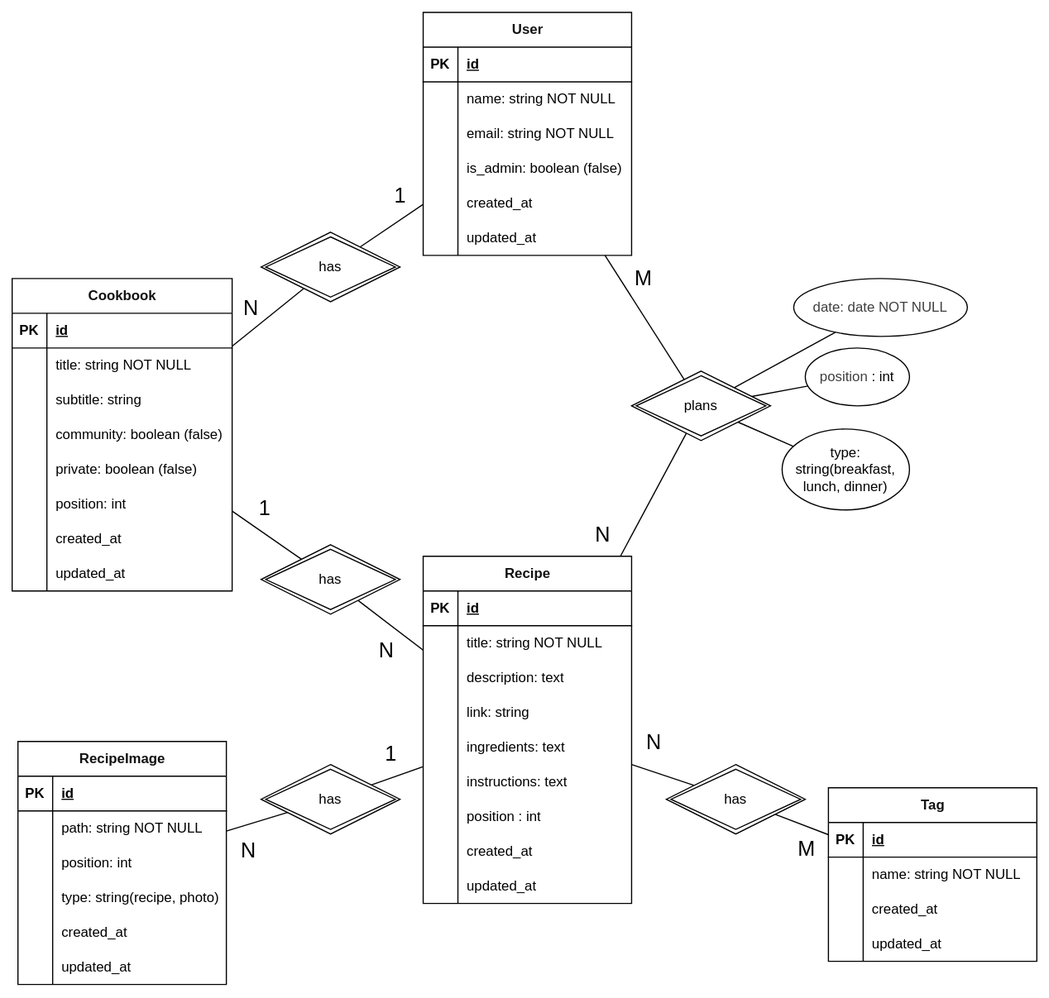
The draw.io diagram docs/diagrams/db-schema.drawio.svg in lchristmann/recipe-manager, before a commit. Source tidied: cells renumbered, new cells last; positions are measured from the earlier drawing's top-left corner, leaving out a move shared by most shapes.
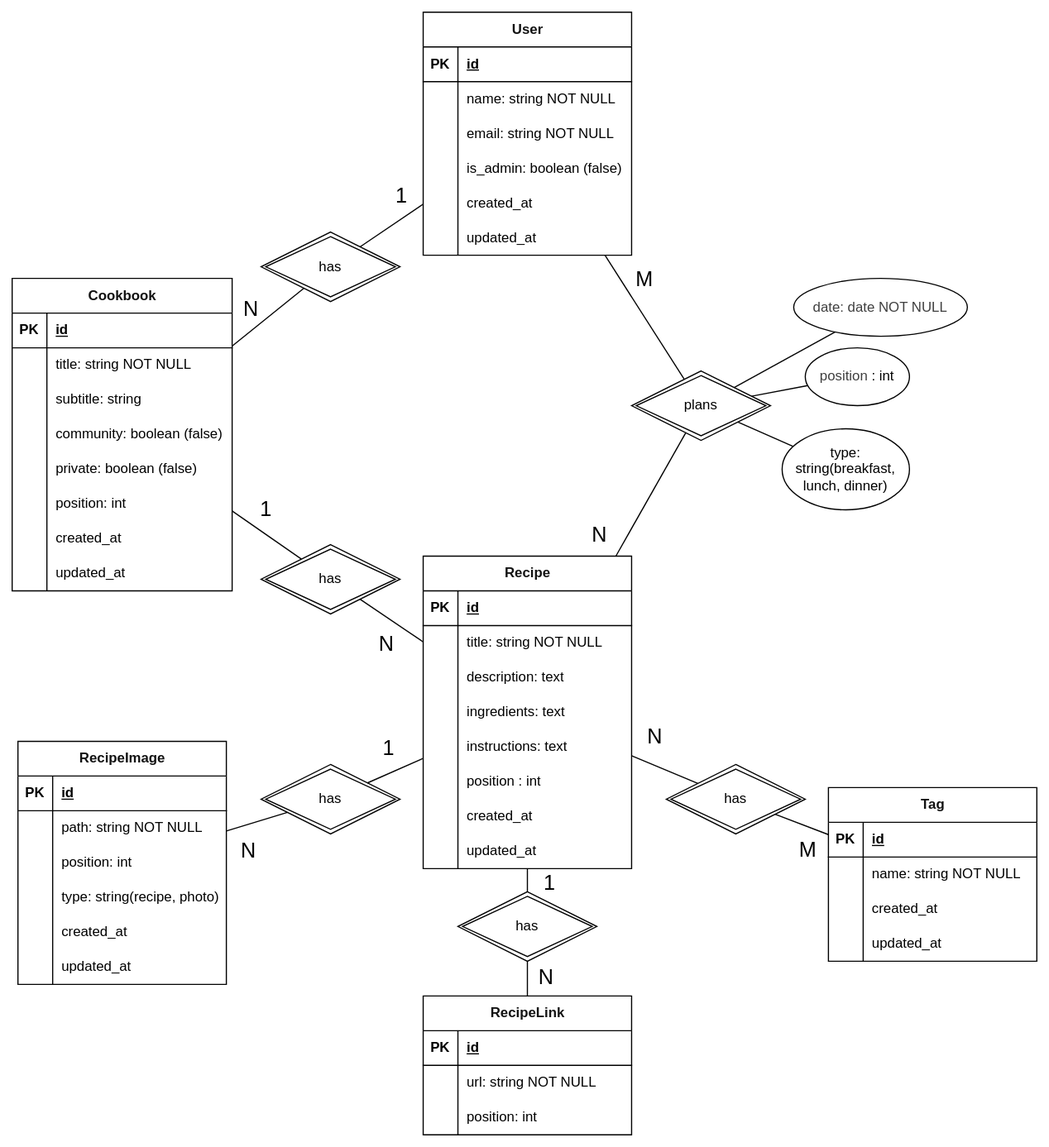
After the change.

Commit message:
feat: add RecipeLink as separate entity (N-to-M relationship with recipe)

Change to the diagram source:
```diff
@@ -154,7 +154,7 @@
       <mxGeometry x="215" y="190" width="120" height="60" as="geometry" />
     </mxCell>
     <mxCell id="51" value="&lt;span style=&quot;background-color: light-dark(#ffffff, var(--ge-dark-color, #121212));&quot;&gt;&lt;font style=&quot;color: rgb(18, 18, 18);&quot;&gt;Recipe&lt;/font&gt;&lt;/span&gt;" style="shape=table;startSize=30;rowLines=0;fontStyle=1;align=center;html=1;labelBackgroundColor=default;fillColor=#FFFFFF;" parent="1" vertex="1">
-      <mxGeometry x="355" y="470" width="180" height="300" as="geometry" />
+      <mxGeometry x="355" y="470" width="180" height="270" as="geometry" />
     </mxCell>
     <mxCell id="52" style="shape=tableRow;horizontal=0;startSize=0;swimlaneHead=0;swimlaneBody=0;fillColor=none;top=0;left=0;right=0;bottom=1;" parent="51" vertex="1">
       <mxGeometry y="30" width="180" height="30" as="geometry" />
@@ -183,17 +183,8 @@
     <mxCell id="60" value="description: text" style="shape=partialRectangle;fillColor=none;top=0;left=0;bottom=0;right=0;align=left;spacingLeft=6;overflow=hidden;whiteSpace=wrap;html=1;" parent="58" vertex="1">
       <mxGeometry x="30" width="150" height="30" as="geometry" />
     </mxCell>
-    <mxCell id="61" style="shape=tableRow;horizontal=0;startSize=0;swimlaneHead=0;swimlaneBody=0;fillColor=none;top=0;left=0;right=0;bottom=0;" parent="51" vertex="1">
-      <mxGeometry y="120" width="180" height="30" as="geometry" />
-    </mxCell>
-    <mxCell id="62" style="shape=partialRectangle;fillColor=none;top=0;left=0;bottom=0;right=0;overflow=hidden;whiteSpace=wrap;html=1;" parent="61" vertex="1">
-      <mxGeometry width="30" height="30" as="geometry" />
-    </mxCell>
-    <mxCell id="63" value="link: string" style="shape=partialRectangle;fillColor=none;top=0;left=0;bottom=0;right=0;align=left;spacingLeft=6;overflow=hidden;whiteSpace=wrap;html=1;" parent="61" vertex="1">
-      <mxGeometry x="30" width="150" height="30" as="geometry" />
-    </mxCell>
     <mxCell id="64" style="shape=tableRow;horizontal=0;startSize=0;swimlaneHead=0;swimlaneBody=0;fillColor=none;top=0;left=0;right=0;bottom=0;" parent="51" vertex="1">
-      <mxGeometry y="150" width="180" height="30" as="geometry" />
+      <mxGeometry y="120" width="180" height="30" as="geometry" />
     </mxCell>
     <mxCell id="65" style="shape=partialRectangle;fillColor=none;top=0;left=0;bottom=0;right=0;overflow=hidden;whiteSpace=wrap;html=1;" parent="64" vertex="1">
       <mxGeometry width="30" height="30" as="geometry" />
@@ -202,7 +193,7 @@
       <mxGeometry x="30" width="150" height="30" as="geometry" />
     </mxCell>
     <mxCell id="67" style="shape=tableRow;horizontal=0;startSize=0;swimlaneHead=0;swimlaneBody=0;fillColor=none;top=0;left=0;right=0;bottom=0;" parent="51" vertex="1">
-      <mxGeometry y="180" width="180" height="30" as="geometry" />
+      <mxGeometry y="150" width="180" height="30" as="geometry" />
     </mxCell>
     <mxCell id="68" style="shape=partialRectangle;fillColor=none;top=0;left=0;bottom=0;right=0;overflow=hidden;whiteSpace=wrap;html=1;" parent="67" vertex="1">
       <mxGeometry width="30" height="30" as="geometry" />
@@ -211,7 +202,7 @@
       <mxGeometry x="30" width="150" height="30" as="geometry" />
     </mxCell>
     <mxCell id="70" style="shape=tableRow;horizontal=0;startSize=0;swimlaneHead=0;swimlaneBody=0;fillColor=none;top=0;left=0;right=0;bottom=0;" parent="51" vertex="1">
-      <mxGeometry y="210" width="180" height="30" as="geometry" />
+      <mxGeometry y="180" width="180" height="30" as="geometry" />
     </mxCell>
     <mxCell id="71" style="shape=partialRectangle;fillColor=none;top=0;left=0;bottom=0;right=0;overflow=hidden;whiteSpace=wrap;html=1;" parent="70" vertex="1">
       <mxGeometry width="30" height="30" as="geometry" />
@@ -220,7 +211,7 @@
       <mxGeometry x="30" width="150" height="30" as="geometry" />
     </mxCell>
     <mxCell id="73" style="shape=tableRow;horizontal=0;startSize=0;swimlaneHead=0;swimlaneBody=0;fillColor=none;top=0;left=0;right=0;bottom=0;" parent="51" vertex="1">
-      <mxGeometry y="240" width="180" height="30" as="geometry" />
+      <mxGeometry y="210" width="180" height="30" as="geometry" />
     </mxCell>
     <mxCell id="74" style="shape=partialRectangle;fillColor=none;top=0;left=0;bottom=0;right=0;overflow=hidden;whiteSpace=wrap;html=1;" parent="73" vertex="1">
       <mxGeometry width="30" height="30" as="geometry" />
@@ -229,7 +220,7 @@
       <mxGeometry x="30" width="150" height="30" as="geometry" />
     </mxCell>
     <mxCell id="76" style="shape=tableRow;horizontal=0;startSize=0;swimlaneHead=0;swimlaneBody=0;fillColor=none;top=0;left=0;right=0;bottom=0;" parent="51" vertex="1">
-      <mxGeometry y="270" width="180" height="30" as="geometry" />
+      <mxGeometry y="240" width="180" height="30" as="geometry" />
     </mxCell>
     <mxCell id="77" style="shape=partialRectangle;fillColor=none;top=0;left=0;bottom=0;right=0;overflow=hidden;whiteSpace=wrap;html=1;" parent="76" vertex="1">
       <mxGeometry width="30" height="30" as="geometry" />
@@ -427,5 +418,54 @@
     <mxCell id="136" value="&lt;span style=&quot;color: rgb(63, 63, 63); scrollbar-color: rgb(226, 226, 226) rgb(251, 251, 251); background-color: transparent;&quot;&gt;position&lt;/span&gt;&lt;span style=&quot;scrollbar-color: rgb(226, 226, 226) rgb(251, 251, 251); background-color: transparent; text-align: left; color: rgb(0, 0, 0);&quot;&gt;: int&lt;/span&gt;" style="ellipse;whiteSpace=wrap;html=1;fillStyle=solid;fillColor=#FFFFFF;" parent="1" vertex="1">
       <mxGeometry x="685" y="290" width="90" height="50" as="geometry" />
     </mxCell>
+    <mxCell id="137" value="&lt;span style=&quot;background-color: light-dark(#ffffff, var(--ge-dark-color, #121212));&quot;&gt;&lt;font style=&quot;color: rgb(18, 18, 18);&quot;&gt;RecipeLink&lt;/font&gt;&lt;/span&gt;" style="shape=table;startSize=30;rowLines=0;fontStyle=1;align=center;html=1;labelBackgroundColor=default;fillColor=#FFFFFF;" parent="1" vertex="1">
+      <mxGeometry x="355" y="850" width="180" height="120" as="geometry" />
+    </mxCell>
+    <mxCell id="138" style="shape=tableRow;horizontal=0;startSize=0;swimlaneHead=0;swimlaneBody=0;fillColor=none;top=0;left=0;right=0;bottom=1;" parent="137" vertex="1">
+      <mxGeometry y="30" width="180" height="30" as="geometry" />
+    </mxCell>
+    <mxCell id="139" value="PK" style="shape=partialRectangle;fillColor=none;top=0;left=0;bottom=0;right=0;fontStyle=1;overflow=hidden;whiteSpace=wrap;html=1;" parent="138" vertex="1">
+      <mxGeometry width="30" height="30" as="geometry" />
+    </mxCell>
+    <mxCell id="140" value="id" style="shape=partialRectangle;fillColor=none;top=0;left=0;bottom=0;right=0;align=left;spacingLeft=6;fontStyle=5;overflow=hidden;whiteSpace=wrap;html=1;" parent="138" vertex="1">
+      <mxGeometry x="30" width="150" height="30" as="geometry" />
+    </mxCell>
+    <mxCell id="141" style="shape=tableRow;horizontal=0;startSize=0;swimlaneHead=0;swimlaneBody=0;fillColor=none;top=0;left=0;right=0;bottom=0;" parent="137" vertex="1">
+      <mxGeometry y="60" width="180" height="30" as="geometry" />
+    </mxCell>
+    <mxCell id="142" style="shape=partialRectangle;fillColor=none;top=0;left=0;bottom=0;right=0;overflow=hidden;whiteSpace=wrap;html=1;" parent="141" vertex="1">
+      <mxGeometry width="30" height="30" as="geometry" />
+    </mxCell>
+    <mxCell id="143" value="url: string NOT NULL" style="shape=partialRectangle;fillColor=none;top=0;left=0;bottom=0;right=0;align=left;spacingLeft=6;overflow=hidden;whiteSpace=wrap;html=1;" parent="141" vertex="1">
+      <mxGeometry x="30" width="150" height="30" as="geometry" />
+    </mxCell>
+    <mxCell id="144" style="shape=tableRow;horizontal=0;startSize=0;swimlaneHead=0;swimlaneBody=0;fillColor=none;top=0;left=0;right=0;bottom=0;" parent="137" vertex="1">
+      <mxGeometry y="90" width="180" height="30" as="geometry" />
+    </mxCell>
+    <mxCell id="145" style="shape=partialRectangle;fillColor=none;top=0;left=0;bottom=0;right=0;overflow=hidden;whiteSpace=wrap;html=1;" parent="144" vertex="1">
+      <mxGeometry width="30" height="30" as="geometry" />
+    </mxCell>
+    <mxCell id="146" value="position: int" style="shape=partialRectangle;fillColor=none;top=0;left=0;bottom=0;right=0;align=left;spacingLeft=6;overflow=hidden;whiteSpace=wrap;html=1;" parent="144" vertex="1">
+      <mxGeometry x="30" width="150" height="30" as="geometry" />
+    </mxCell>
+    <mxCell id="147" value="&lt;span style=&quot;background-color: light-dark(#ffffff, var(--ge-dark-color, #121212));&quot;&gt;has&lt;/span&gt;" style="shape=rhombus;double=1;perimeter=rhombusPerimeter;whiteSpace=wrap;html=1;align=center;labelBackgroundColor=default;fillColor=#FFFFFF;" parent="1" vertex="1">
+      <mxGeometry x="385" y="760" width="120" height="60" as="geometry" />
+    </mxCell>
+    <mxCell id="148" style="edgeStyle=none;html=1;endArrow=none;endFill=0;" parent="1" edge="1" source="147" target="51">
+      <mxGeometry relative="1" as="geometry" />
+    </mxCell>
+    <mxCell id="149" value="1" style="edgeLabel;html=1;align=center;verticalAlign=middle;fontSize=18;" parent="148" vertex="1">
+      <mxGeometry x="0.54" y="3" relative="1" as="geometry">
+        <mxPoint x="21" y="8" as="offset" />
+      </mxGeometry>
+    </mxCell>
+    <mxCell id="150" style="edgeStyle=none;html=1;endArrow=none;endFill=0;" parent="1" edge="1" source="137" target="147">
+      <mxGeometry relative="1" as="geometry" />
+    </mxCell>
+    <mxCell id="151" value="N" style="edgeLabel;html=1;align=center;verticalAlign=middle;fontSize=18;" parent="150" vertex="1">
+      <mxGeometry x="-0.47" y="-2" relative="1" as="geometry">
+        <mxPoint x="13" y="-9" as="offset" />
+      </mxGeometry>
+    </mxCell>
   </root>
 </mxGraphModel>
```
